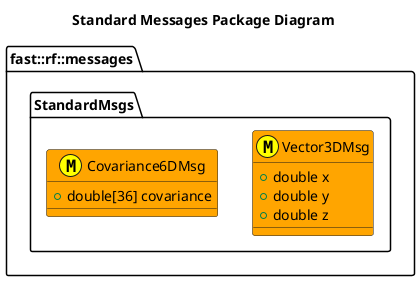
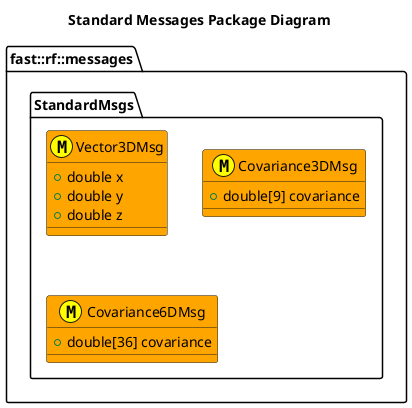
@startuml
title Standard Messages Package Diagram

namespace fast::rf::messages {
  namespace StandardMsgs  {
    struct Vector3DMsg <<(M,#FFFF00) >> #Orange {
      +double x
      +double y
      +double z
    }
+     struct Covariance3DMsg <<(M,#FFFF00) >> #Orange {
+       +double[9] covariance
+     }
    struct Covariance6DMsg <<(M,#FFFF00) >> #Orange {
      +double[36] covariance
    }
}
@enduml